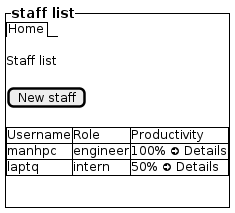
Above: docs/UML/Prototype/staff-list.png in LapTQ/MCT (PlantUML), before the change.
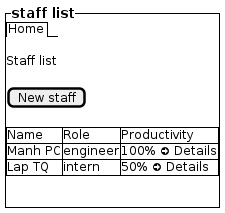
The same diagram one commit later.

Diff of the diagram source:
```diff
@@ -9,9 +9,9 @@
     [New staff]
     .
     {#
-        Username | Role | Productivity
-        manhpc  | engineer | 100% <&arrow-circle-right> Details
-        laptq | intern | 50% <&arrow-circle-right> Details
+        Name | Role | Productivity
+        Manh PC  | engineer | 100% <&arrow-circle-right> Details
+        Lap TQ | intern | 50% <&arrow-circle-right> Details
 
     }
     .
```
